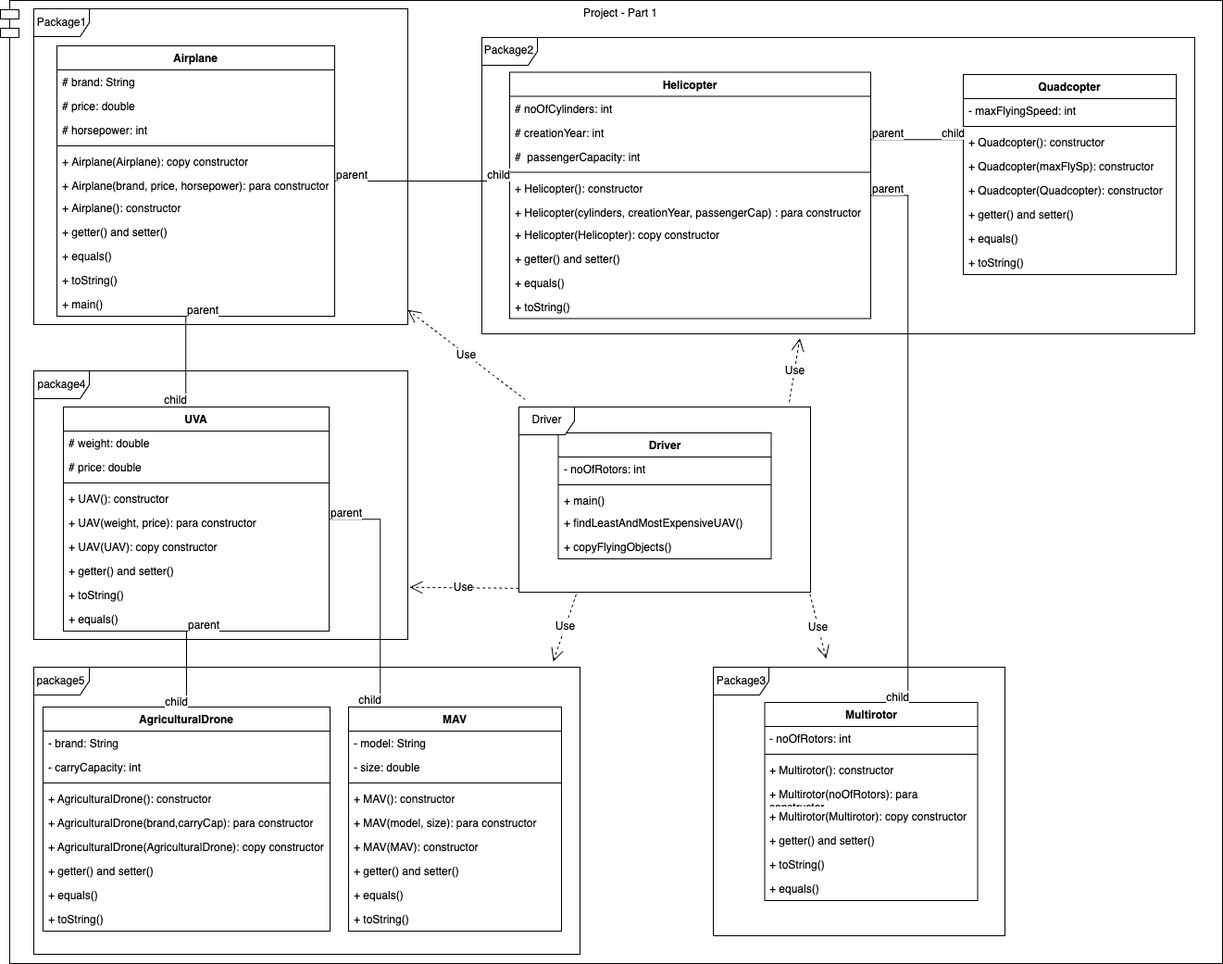
sweet123cn/ProjectJA70 keeps this draw.io diagram as Project1_Part1_UML.png. Above is the earlier version. Source tidied: cells renumbered, new cells last; positions are measured from the earlier drawing's top-left corner, leaving out a move shared by most shapes.
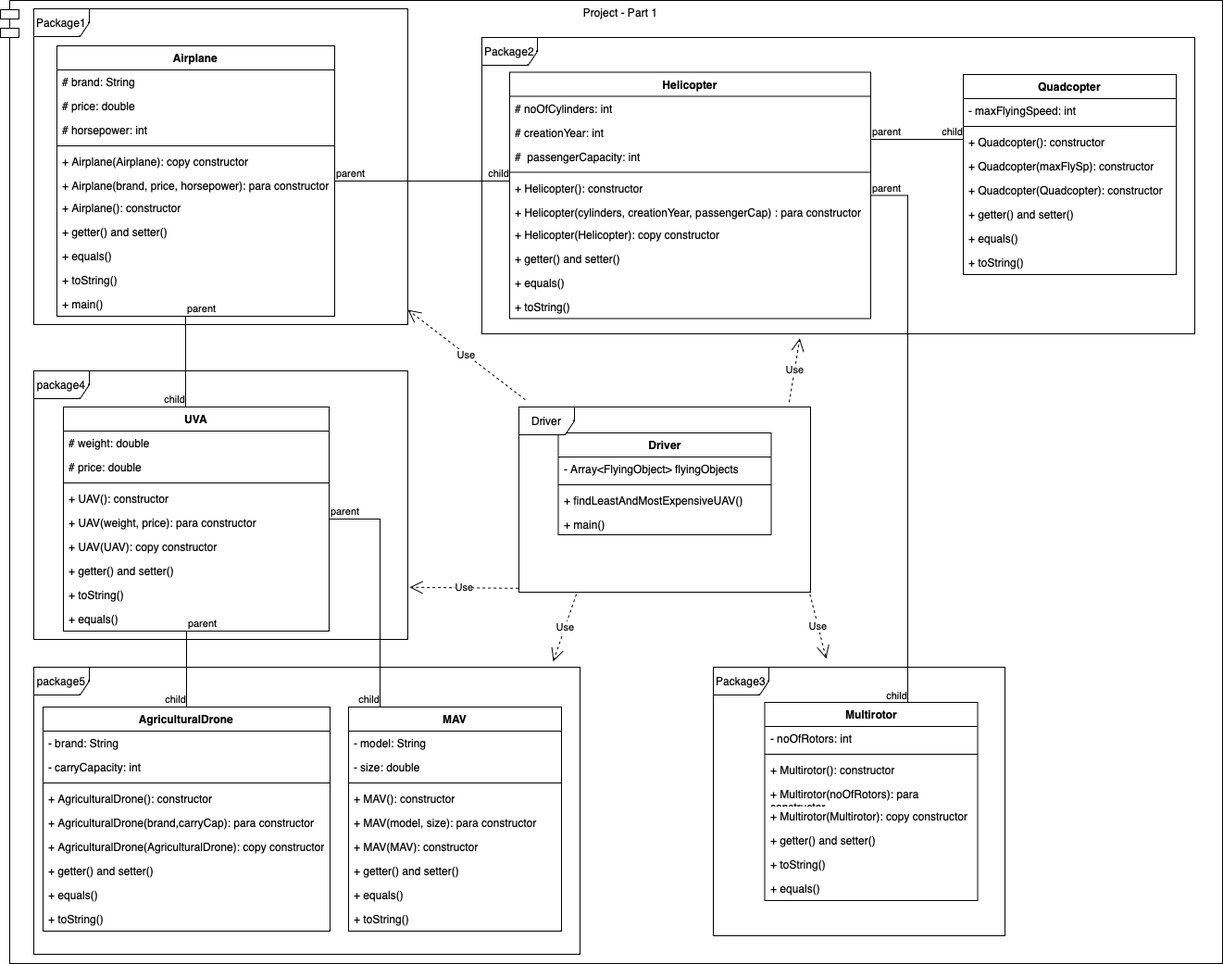
Later version of the same file.

Change to the diagram source:
```diff
@@ -315,23 +315,20 @@
       <mxGeometry x="1" relative="1" as="geometry" />
     </mxCell>
     <mxCell id="97" value="Driver" style="swimlane;fontStyle=1;align=center;verticalAlign=top;horizontal=1;startSize=26;whiteSpace=wrap;html=1;" parent="1" vertex="1">
-      <mxGeometry x="602.5" y="467" width="230" height="136" as="geometry" />
+      <mxGeometry x="602.5" y="467" width="230" height="110" as="geometry" />
     </mxCell>
-    <mxCell id="98" value="- noOfRotors: int" style="text;strokeColor=none;fillColor=none;align=left;verticalAlign=top;spacingLeft=4;spacingRight=4;overflow=hidden;whiteSpace=wrap;html=1;" parent="97" vertex="1">
+    <mxCell id="98" value=" - Array&amp;lt;FlyingObject&amp;gt; flyingObjects" style="text;strokeColor=none;fillColor=none;align=left;verticalAlign=top;spacingLeft=4;spacingRight=4;overflow=hidden;whiteSpace=wrap;html=1;" parent="97" vertex="1">
       <mxGeometry y="26" width="230" height="26" as="geometry" />
     </mxCell>
     <mxCell id="99" style="line;strokeWidth=1;fillColor=none;align=left;verticalAlign=middle;spacingTop=-1;spacingLeft=3;spacingRight=3;labelPosition=right;strokeColor=inherit;" parent="97" vertex="1">
       <mxGeometry y="52" width="230" height="8" as="geometry" />
     </mxCell>
+    <mxCell id="101" value="+&amp;nbsp;findLeastAndMostExpensiveUAV()" style="text;strokeColor=none;fillColor=none;align=left;verticalAlign=top;spacingLeft=4;spacingRight=4;overflow=hidden;whiteSpace=wrap;html=1;" parent="97" vertex="1">
+      <mxGeometry y="60" width="230" height="26" as="geometry" />
+    </mxCell>
     <mxCell id="100" value="+ main()" style="text;strokeColor=none;fillColor=none;align=left;verticalAlign=top;spacingLeft=4;spacingRight=4;overflow=hidden;whiteSpace=wrap;html=1;" parent="97" vertex="1">
-      <mxGeometry y="60" width="230" height="24" as="geometry" />
+      <mxGeometry y="86" width="230" height="24" as="geometry" />
     </mxCell>
-    <mxCell id="101" value="+&amp;nbsp;findLeastAndMostExpensiveUAV()" style="text;strokeColor=none;fillColor=none;align=left;verticalAlign=top;spacingLeft=4;spacingRight=4;overflow=hidden;whiteSpace=wrap;html=1;" parent="97" vertex="1">
-      <mxGeometry y="84" width="230" height="26" as="geometry" />
-    </mxCell>
-    <mxCell id="102" value="+&amp;nbsp;copyFlyingObjects()" style="text;strokeColor=none;fillColor=none;align=left;verticalAlign=top;spacingLeft=4;spacingRight=4;overflow=hidden;whiteSpace=wrap;html=1;" parent="97" vertex="1">
-      <mxGeometry y="110" width="230" height="26" as="geometry" />
-    </mxCell>
     <mxCell id="103" value="Driver" style="shape=umlFrame;whiteSpace=wrap;html=1;" parent="1" vertex="1">
       <mxGeometry x="560" y="439" width="315" height="200" as="geometry" />
     </mxCell>
```
